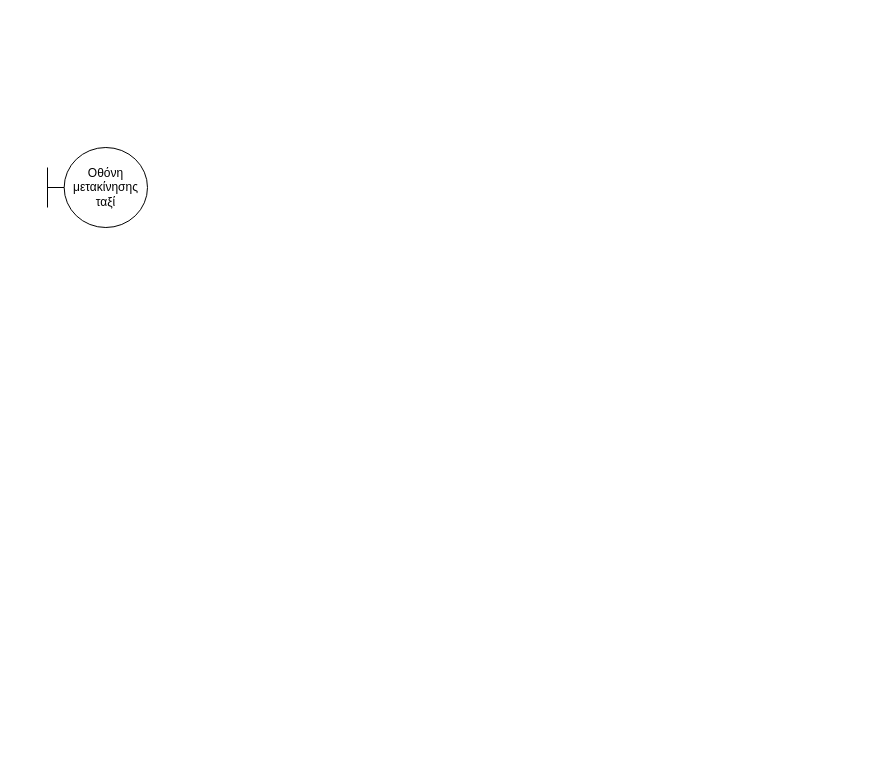
This is Part_2/Robustness/diagrams/15_Αποβίβαση_ταξί.drawio from Nikolis2002/texnoligia_logismikou, a draw.io file, before an edit. Source tidied: cells renumbered, new cells numbered last; positions are measured from the earlier drawing's top-left corner, leaving out a move shared by most shapes. Both pictures are drawn from the tidied source at 100%, with x=0, y=0 at pixel (47, 147).
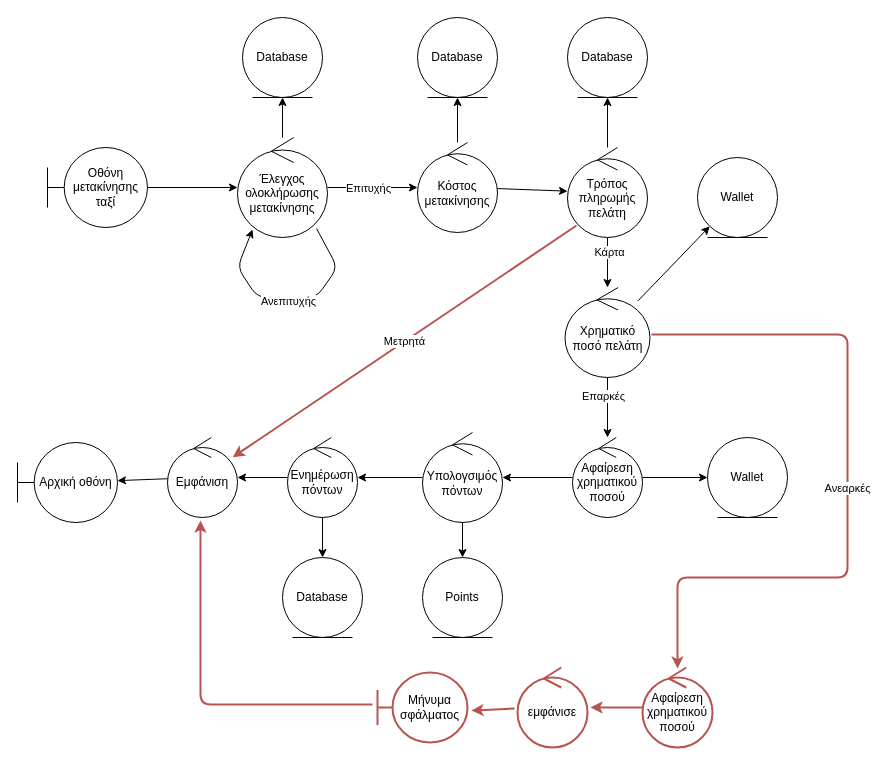
After the change.

Unchanged cells that the change refers to:
```xml
<mxCell id="2" value="Οθόνη μετακίνησης&lt;br&gt;ταξί" style="shape=umlBoundary;whiteSpace=wrap;html=1;" parent="1" vertex="1">
  <mxGeometry width="100" height="80" as="geometry" />
</mxCell>
```

What changed in the source:
```diff
@@
+    <mxCell id="3" style="edgeStyle=none;html=1;" parent="1" edge="1" source="2" target="7">
+      <mxGeometry relative="1" as="geometry" />
+    </mxCell>
@@
+    <mxCell id="4" style="edgeStyle=none;html=1;entryX=0.5;entryY=1;entryDx=0;entryDy=0;" parent="1" edge="1" source="7" target="8">
+      <mxGeometry relative="1" as="geometry" />
+    </mxCell>
+    <mxCell id="5" style="edgeStyle=none;html=1;" parent="1" edge="1" source="7" target="11">
+      <mxGeometry relative="1" as="geometry" />
+    </mxCell>
+    <mxCell id="6" value="Επιτυχής" style="edgeLabel;html=1;align=center;verticalAlign=middle;" parent="5" vertex="1">
+      <mxGeometry x="-0.4" y="1" relative="1" as="geometry">
+        <mxPoint x="13" y="1" as="offset" />
+      </mxGeometry>
+    </mxCell>
+    <mxCell id="7" value="Έλεγχος ολοκλήρωσης μετακίνησης" style="ellipse;shape=umlControl;whiteSpace=wrap;html=1;" parent="1" vertex="1">
+      <mxGeometry x="190" y="-10" width="90" height="100" as="geometry" />
+    </mxCell>
+    <mxCell id="8" value="Database" style="ellipse;shape=umlEntity;whiteSpace=wrap;html=1;" parent="1" vertex="1">
+      <mxGeometry x="195" y="-130" width="80" height="80" as="geometry" />
+    </mxCell>
+    <mxCell id="9" style="edgeStyle=none;html=1;" parent="1" edge="1" source="11" target="12">
+      <mxGeometry relative="1" as="geometry" />
+    </mxCell>
+    <mxCell id="10" style="edgeStyle=none;html=1;" parent="1" edge="1" source="11" target="16">
+      <mxGeometry relative="1" as="geometry" />
+    </mxCell>
+    <mxCell id="11" value="Κόστος μετακίνησης" style="ellipse;shape=umlControl;whiteSpace=wrap;html=1;" parent="1" vertex="1">
+      <mxGeometry x="370" y="-5" width="80" height="90" as="geometry" />
+    </mxCell>
+    <mxCell id="12" value="Database" style="ellipse;shape=umlEntity;whiteSpace=wrap;html=1;" parent="1" vertex="1">
+      <mxGeometry x="370" y="-130" width="80" height="80" as="geometry" />
+    </mxCell>
+    <mxCell id="13" style="edgeStyle=none;html=1;" parent="1" edge="1" source="16" target="17">
+      <mxGeometry relative="1" as="geometry" />
+    </mxCell>
+    <mxCell id="14" style="edgeStyle=none;html=1;" parent="1" edge="1" source="16" target="21">
+      <mxGeometry relative="1" as="geometry" />
+    </mxCell>
+    <mxCell id="15" value="Κάρτα" style="edgeLabel;html=1;align=center;verticalAlign=middle;" parent="14" vertex="1">
+      <mxGeometry x="-0.44" y="1" relative="1" as="geometry" />
+    </mxCell>
+    <mxCell id="16" value="Τρόπος πληρωμής πελάτη" style="ellipse;shape=umlControl;whiteSpace=wrap;html=1;" parent="1" vertex="1">
+      <mxGeometry x="520" width="80" height="90" as="geometry" />
+    </mxCell>
+    <mxCell id="17" value="Database" style="ellipse;shape=umlEntity;whiteSpace=wrap;html=1;" parent="1" vertex="1">
+      <mxGeometry x="520" y="-130" width="80" height="80" as="geometry" />
+    </mxCell>
+    <mxCell id="18" style="edgeStyle=none;html=1;" parent="1" edge="1" source="21" target="22">
+      <mxGeometry relative="1" as="geometry" />
+    </mxCell>
+    <mxCell id="19" style="edgeStyle=none;html=1;" parent="1" edge="1" source="21" target="25">
+      <mxGeometry relative="1" as="geometry" />
+    </mxCell>
+    <mxCell id="20" value="Επαρκές" style="edgeLabel;html=1;align=center;verticalAlign=middle;" parent="19" vertex="1">
+      <mxGeometry x="-0.36" y="1" relative="1" as="geometry">
+        <mxPoint x="-6" y="-1" as="offset" />
+      </mxGeometry>
+    </mxCell>
+    <mxCell id="21" value="Χρηματικό ποσό πελάτη" style="ellipse;shape=umlControl;whiteSpace=wrap;html=1;" parent="1" vertex="1">
+      <mxGeometry x="517.5" y="140" width="85" height="90" as="geometry" />
+    </mxCell>
+    <mxCell id="22" value="Wallet" style="ellipse;shape=umlEntity;whiteSpace=wrap;html=1;" parent="1" vertex="1">
+      <mxGeometry x="650" y="10" width="80" height="80" as="geometry" />
+    </mxCell>
+    <mxCell id="23" style="edgeStyle=none;html=1;" parent="1" edge="1" source="25" target="26">
+      <mxGeometry relative="1" as="geometry" />
+    </mxCell>
+    <mxCell id="24" style="edgeStyle=none;html=1;" parent="1" edge="1" source="25" target="29">
+      <mxGeometry relative="1" as="geometry" />
+    </mxCell>
+    <mxCell id="25" value="Αφαίρεση χρηματικού ποσού" style="ellipse;shape=umlControl;whiteSpace=wrap;html=1;" parent="1" vertex="1">
+      <mxGeometry x="525" y="290" width="70" height="80" as="geometry" />
+    </mxCell>
+    <mxCell id="26" value="Wallet" style="ellipse;shape=umlEntity;whiteSpace=wrap;html=1;" parent="1" vertex="1">
+      <mxGeometry x="660" y="290" width="80" height="80" as="geometry" />
+    </mxCell>
+    <mxCell id="27" style="edgeStyle=none;html=1;" parent="1" edge="1" source="29" target="30">
+      <mxGeometry relative="1" as="geometry" />
+    </mxCell>
+    <mxCell id="28" style="edgeStyle=none;html=1;" parent="1" edge="1" source="29" target="33">
+      <mxGeometry relative="1" as="geometry" />
+    </mxCell>
+    <mxCell id="29" value="Υπολογσιμός πόντων" style="ellipse;shape=umlControl;whiteSpace=wrap;html=1;" parent="1" vertex="1">
+      <mxGeometry x="375" y="285" width="80" height="90" as="geometry" />
+    </mxCell>
+    <mxCell id="30" value="Points" style="ellipse;shape=umlEntity;whiteSpace=wrap;html=1;" parent="1" vertex="1">
+      <mxGeometry x="375" y="410" width="80" height="80" as="geometry" />
+    </mxCell>
+    <mxCell id="31" style="edgeStyle=none;html=1;" parent="1" edge="1" source="33" target="34">
+      <mxGeometry relative="1" as="geometry" />
+    </mxCell>
+    <mxCell id="32" style="edgeStyle=none;html=1;" parent="1" edge="1" source="33" target="36">
+      <mxGeometry relative="1" as="geometry" />
+    </mxCell>
+    <mxCell id="33" value="Ενημέρωση πόντων" style="ellipse;shape=umlControl;whiteSpace=wrap;html=1;" parent="1" vertex="1">
+      <mxGeometry x="240" y="290" width="70" height="80" as="geometry" />
+    </mxCell>
+    <mxCell id="34" value="Database" style="ellipse;shape=umlEntity;whiteSpace=wrap;html=1;" parent="1" vertex="1">
+      <mxGeometry x="235" y="410" width="80" height="80" as="geometry" />
+    </mxCell>
+    <mxCell id="35" style="edgeStyle=none;html=1;" parent="1" edge="1" source="36" target="37">
+      <mxGeometry relative="1" as="geometry" />
+    </mxCell>
+    <mxCell id="36" value="Εμφάνιση" style="ellipse;shape=umlControl;whiteSpace=wrap;html=1;" parent="1" vertex="1">
+      <mxGeometry x="120" y="290" width="70" height="80" as="geometry" />
+    </mxCell>
+    <mxCell id="37" value="Αρχική οθόνη" style="shape=umlBoundary;whiteSpace=wrap;html=1;" parent="1" vertex="1">
+      <mxGeometry x="-30" y="295" width="100" height="80" as="geometry" />
+    </mxCell>
+    <mxCell id="38" style="edgeStyle=none;html=1;entryX=0.167;entryY=0.92;entryDx=0;entryDy=0;entryPerimeter=0;exitX=0.878;exitY=0.91;exitDx=0;exitDy=0;exitPerimeter=0;" parent="1" edge="1" source="7" target="7">
+      <mxGeometry relative="1" as="geometry">
+        <Array as="points">
+          <mxPoint x="290" y="120" />
+          <mxPoint x="269" y="150" />
+          <mxPoint x="210" y="150" />
+          <mxPoint x="190" y="120" />
+        </Array>
+      </mxGeometry>
+    </mxCell>
+    <mxCell id="39" value="Ανεπιτυχής" style="edgeLabel;html=1;align=center;verticalAlign=middle;" parent="38" vertex="1">
+      <mxGeometry x="-0.12" y="3" relative="1" as="geometry">
+        <mxPoint x="-14" as="offset" />
+      </mxGeometry>
+    </mxCell>
+    <mxCell id="40" value="Μετρητά" style="edgeStyle=none;html=1;fillColor=#f8cecc;strokeColor=#b85450;strokeWidth=2;exitX=0.113;exitY=0.867;exitDx=0;exitDy=0;exitPerimeter=0;" parent="1" edge="1" source="16" target="36">
+      <mxGeometry relative="1" as="geometry" />
+    </mxCell>
+    <mxCell id="41" value="Ανεαρκές" style="edgeStyle=none;html=1;fillColor=#f8cecc;strokeColor=#b85450;strokeWidth=2;exitX=1.018;exitY=0.522;exitDx=0;exitDy=0;exitPerimeter=0;entryX=0.5;entryY=0.013;entryDx=0;entryDy=0;entryPerimeter=0;" parent="1" edge="1" source="21" target="43">
+      <mxGeometry relative="1" as="geometry">
+        <Array as="points">
+          <mxPoint x="800" y="187" />
+          <mxPoint x="800" y="430" />
+          <mxPoint x="630" y="430" />
+        </Array>
+      </mxGeometry>
+    </mxCell>
+    <mxCell id="42" style="edgeStyle=none;html=1;entryX=1.043;entryY=0.5;entryDx=0;entryDy=0;entryPerimeter=0;strokeColor=#B85450;strokeWidth=2;" parent="1" edge="1" source="43" target="45">
+      <mxGeometry relative="1" as="geometry" />
+    </mxCell>
+    <mxCell id="43" value="Αφαίρεση χρηματικού ποσού" style="ellipse;shape=umlControl;whiteSpace=wrap;html=1;strokeColor=#B85450;strokeWidth=2;" parent="1" vertex="1">
+      <mxGeometry x="595" y="520" width="70" height="80" as="geometry" />
+    </mxCell>
+    <mxCell id="44" value="Μήνυμα σφάλματος" style="shape=umlBoundary;whiteSpace=wrap;html=1;fillColor=none;strokeColor=#b85450;strokeWidth=2;" parent="1" vertex="1">
+      <mxGeometry x="330" y="525" width="90" height="70" as="geometry" />
+    </mxCell>
+    <mxCell id="45" value="εμφάνισε" style="ellipse;shape=umlControl;whiteSpace=wrap;html=1;strokeColor=#B85450;strokeWidth=2;" parent="1" vertex="1">
+      <mxGeometry x="470" y="520" width="70" height="80" as="geometry" />
+    </mxCell>
+    <mxCell id="46" style="edgeStyle=none;html=1;entryX=1.044;entryY=0.543;entryDx=0;entryDy=0;entryPerimeter=0;strokeColor=#B85450;strokeWidth=2;exitX=-0.043;exitY=0.513;exitDx=0;exitDy=0;exitPerimeter=0;" parent="1" edge="1" source="45" target="44">
+      <mxGeometry relative="1" as="geometry" />
+    </mxCell>
+    <mxCell id="47" style="edgeStyle=none;html=1;entryX=0.471;entryY=1.038;entryDx=0;entryDy=0;entryPerimeter=0;strokeColor=#B85450;strokeWidth=2;exitX=-0.056;exitY=0.457;exitDx=0;exitDy=0;exitPerimeter=0;" parent="1" edge="1" source="44" target="36">
+      <mxGeometry relative="1" as="geometry">
+        <Array as="points">
+          <mxPoint x="153" y="557" />
+        </Array>
+      </mxGeometry>
+    </mxCell>
```
